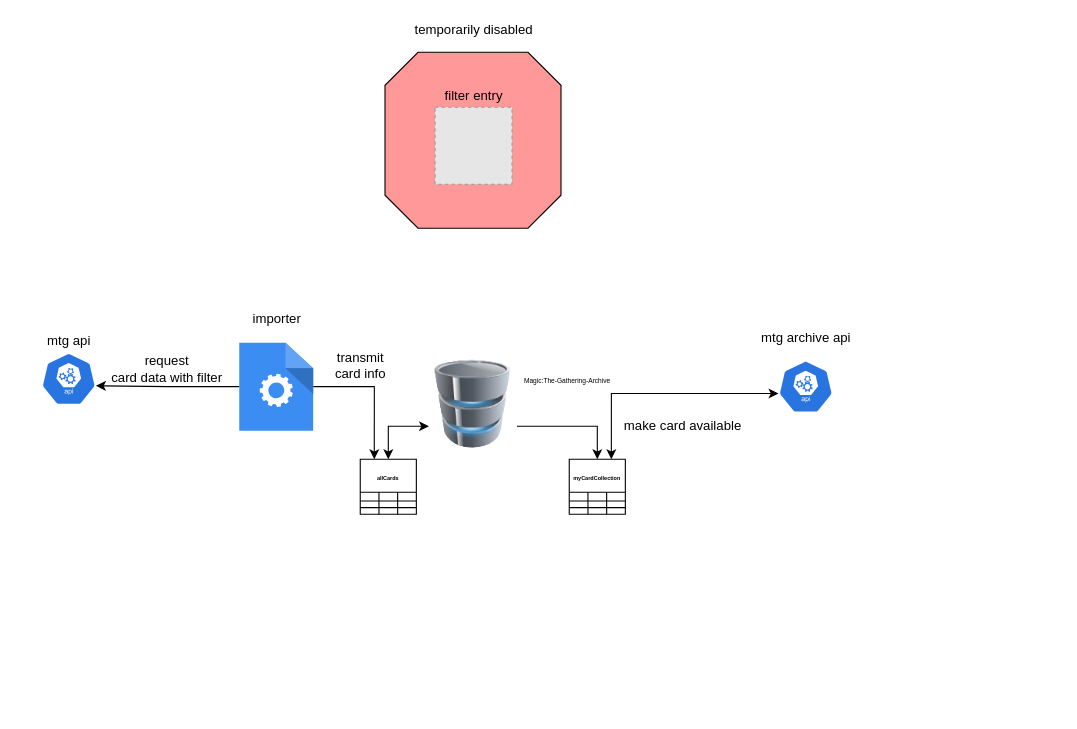
Before: docs/components/Overview.drawio in Hertucktor/magicTG-Archive-API, a draw.io diagram. Source tidied: cells renumbered, new cells numbered last; positions are measured from the earlier drawing's top-left corner, leaving out a move shared by most shapes. Both pictures are drawn from the tidied source at 110%, with x=0, y=0 at pixel (41, 19). Pictures stored in the file or linked from it are replaced by grey dashed boxes.
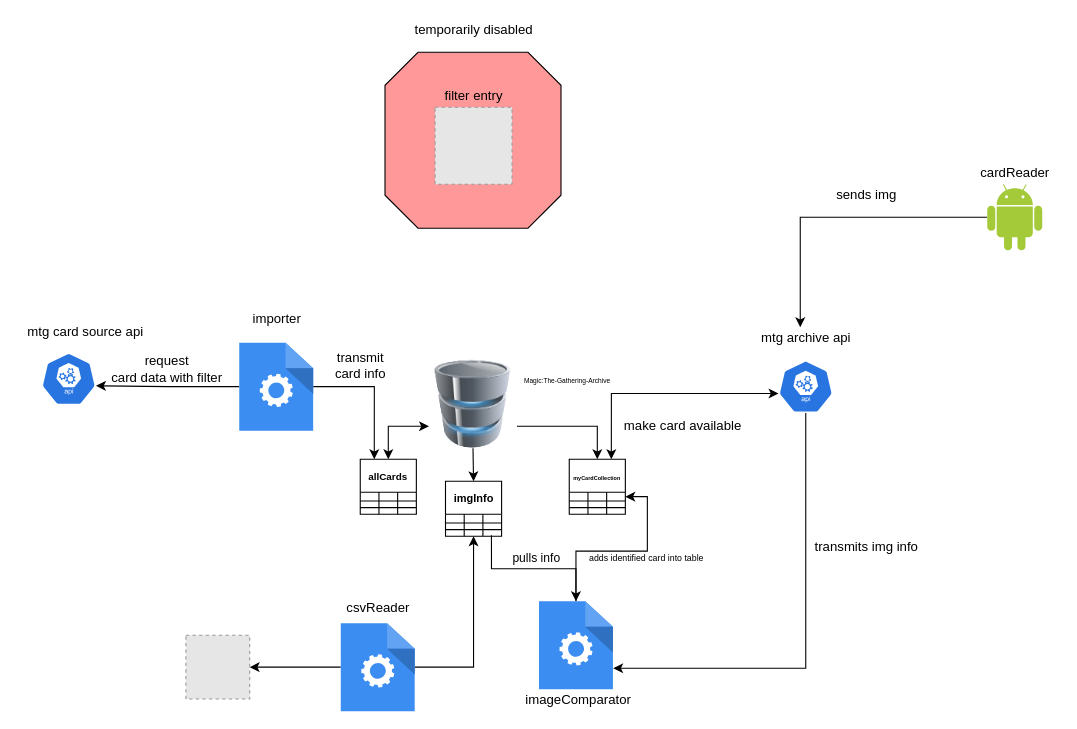
Above is the later version.

Commit message (it also covers changes not shown here):
updated for component overview

Unchanged cells that the change refers to:
```xml
<mxCell id="12" style="image;html=1;image=img/lib/clip_art/computers/Database_128x128.png;" parent="1" vertex="1">
  <mxGeometry x="352.5" y="310" width="80" height="80" as="geometry" />
</mxCell>
<mxCell id="14" style="html=1;dashed=0;whitespace=wrap;fillColor=#2875E2;strokeColor=#ffffff;points=[[0.005,0.63,0],[0.1,0.2,0],[0.9,0.2,0],[0.5,0,0],[0.995,0.63,0],[0.72,0.99,0],[0.5,1,0],[0.28,0.99,0]];shape=mxgraph.kubernetes.icon;prIcon=api;" parent="1" vertex="1">
  <mxGeometry x="670" y="310" width="50" height="48" as="geometry" />
</mxCell>
<mxCell id="16" value="mtg archive api" style="text;html=1;align=center;verticalAlign=middle;points=[];" parent="1" vertex="1">
  <mxGeometry x="645" y="280" width="100" height="20" as="geometry" />
</mxCell>
<mxCell id="22" style="shape=partialRectangle;html=1;whiteSpace=wrap;fillColor=none;top=0;left=0;bottom=0;right=0;points=[[0,0.5],[1,0.5]];portConstraint=eastwest;" parent="21" vertex="1">
  <mxGeometry y="30" width="51" height="8" as="geometry" />
</mxCell>
```

The edit, as a diff of the source:
```diff
@@
-    <mxCell id="4" value="mtg api" style="text;html=1;align=center;verticalAlign=middle;" parent="1" vertex="1">
-      <mxGeometry y="283" width="50" height="20" as="geometry" />
+    <mxCell id="4" value="mtg card source api" style="text;html=1;align=center;verticalAlign=middle;" parent="1" vertex="1">
+      <mxGeometry x="-20" y="274" width="120" height="20" as="geometry" />
     </mxCell>
@@
+    <mxCell id="48" style="edgeStyle=orthogonalEdgeStyle;rounded=0;jettySize=auto;html=1;exitX=0.5;exitY=1;exitDx=0;exitDy=0;entryX=0.5;entryY=0;entryDx=0;entryDy=0;" parent="1" edge="1" source="12" target="58">
+      <mxGeometry relative="1" as="geometry" />
+    </mxCell>
@@
+    <mxCell id="49" style="edgeStyle=orthogonalEdgeStyle;rounded=0;jettySize=auto;html=1;exitX=0.5;exitY=1;exitDx=0;exitDy=0;exitPerimeter=0;entryX=1.004;entryY=0.763;entryDx=0;entryDy=0;entryPerimeter=0;strokeColor=#000000;" parent="1" edge="1" source="14" target="56">
+      <mxGeometry relative="1" as="geometry" />
+    </mxCell>
@@
-    <mxCell id="34" value="&lt;font style=&quot;font-size: 5px&quot;&gt;allCards&lt;/font&gt;" style="shape=table;html=1;whiteSpace=wrap;startSize=30;childLayout=tableLayout;fontStyle=1;align=center;" parent="1" vertex="1">
+    <mxCell id="34" value="&lt;font style=&quot;font-size: 9px&quot;&gt;allCards&lt;/font&gt;" style="shape=table;html=1;whiteSpace=wrap;startSize=30;childLayout=tableLayout;fontStyle=1;align=center;" parent="1" vertex="1">
       <mxGeometry x="290" y="400" width="51" height="50" as="geometry" />
     </mxCell>
@@
+    <mxCell id="50" style="edgeStyle=orthogonalEdgeStyle;rounded=0;jettySize=auto;html=1;entryX=1;entryY=0.5;entryDx=0;entryDy=0;" parent="1" edge="1" source="52" target="71">
+      <mxGeometry relative="1" as="geometry" />
+    </mxCell>
+    <mxCell id="51" style="edgeStyle=orthogonalEdgeStyle;rounded=0;jettySize=auto;html=1;" parent="1" edge="1" source="52" target="58">
+      <mxGeometry relative="1" as="geometry" />
+    </mxCell>
+    <mxCell id="52" style="html=1;strokeColor=none;shadow=0;align=center;verticalAlign=top;fillColor=#3B8DF1;shape=mxgraph.gcp2.process;" parent="1" vertex="1">
+      <mxGeometry x="272.3" y="549" width="67.2" height="80" as="geometry" />
+    </mxCell>
+    <mxCell id="53" value="csvReader" style="text;html=1;align=center;verticalAlign=middle;" parent="1" vertex="1">
+      <mxGeometry x="270.9" y="525" width="70" height="20" as="geometry" />
+    </mxCell>
+    <mxCell id="54" style="edgeStyle=orthogonalEdgeStyle;rounded=0;jettySize=auto;html=1;entryX=0.819;entryY=0.833;entryDx=0;entryDy=0;entryPerimeter=0;startArrow=classic;startFill=1;endArrow=none;endFill=0;" parent="1" edge="1" source="56" target="67">
+      <mxGeometry relative="1" as="geometry" />
+    </mxCell>
+    <mxCell id="55" style="edgeStyle=orthogonalEdgeStyle;rounded=0;jettySize=auto;html=1;entryX=1;entryY=0.5;entryDx=0;entryDy=0;startArrow=none;startFill=0;endArrow=classic;endFill=1;strokeColor=#000000;" parent="1" edge="1" source="56" target="22">
+      <mxGeometry relative="1" as="geometry" />
+    </mxCell>
+    <mxCell id="56" style="html=1;strokeColor=none;shadow=0;align=center;verticalAlign=top;fillColor=#3B8DF1;shape=mxgraph.gcp2.process;" parent="1" vertex="1">
+      <mxGeometry x="452.5" y="529" width="67.2" height="80" as="geometry" />
+    </mxCell>
+    <mxCell id="57" value="imageComparator" style="text;html=1;align=center;verticalAlign=middle;" parent="1" vertex="1">
+      <mxGeometry x="432.5" y="609" width="110" height="20" as="geometry" />
+    </mxCell>
+    <mxCell id="58" value="&lt;font style=&quot;font-size: 10px&quot;&gt;imgInfo&lt;/font&gt;" style="shape=table;html=1;whiteSpace=wrap;startSize=30;childLayout=tableLayout;fontStyle=1;align=center;" parent="1" vertex="1">
+      <mxGeometry x="367.5" y="420" width="51" height="50" as="geometry" />
+    </mxCell>
+    <mxCell id="59" style="shape=partialRectangle;html=1;whiteSpace=wrap;fillColor=none;top=0;left=0;bottom=0;right=0;" parent="58" vertex="1">
+      <mxGeometry y="30" width="51" height="8" as="geometry" />
+    </mxCell>
+    <mxCell id="60" style="shape=partialRectangle;html=1;whiteSpace=wrap;fillColor=none;top=0;left=0;bottom=0;right=0;overflow=hidden;" parent="59" vertex="1">
+      <mxGeometry width="17" height="8" as="geometry" />
+    </mxCell>
+    <mxCell id="61" style="shape=partialRectangle;html=1;whiteSpace=wrap;fillColor=none;top=0;left=0;bottom=0;right=0;overflow=hidden;" parent="59" vertex="1">
+      <mxGeometry x="17" width="17" height="8" as="geometry" />
+    </mxCell>
+    <mxCell id="62" style="shape=partialRectangle;html=1;whiteSpace=wrap;fillColor=none;top=0;left=0;bottom=0;right=0;overflow=hidden;" parent="59" vertex="1">
+      <mxGeometry x="34" width="17" height="8" as="geometry" />
+    </mxCell>
+    <mxCell id="63" style="shape=partialRectangle;html=1;whiteSpace=wrap;fillColor=none;top=0;left=0;bottom=0;right=0;" parent="58" vertex="1">
+      <mxGeometry y="38" width="51" height="6" as="geometry" />
+    </mxCell>
+    <mxCell id="64" style="shape=partialRectangle;html=1;whiteSpace=wrap;fillColor=none;top=0;left=0;bottom=0;right=0;overflow=hidden;" parent="63" vertex="1">
+      <mxGeometry width="17" height="6" as="geometry" />
+    </mxCell>
+    <mxCell id="65" style="shape=partialRectangle;html=1;whiteSpace=wrap;fillColor=none;top=0;left=0;bottom=0;right=0;overflow=hidden;" parent="63" vertex="1">
+      <mxGeometry x="17" width="17" height="6" as="geometry" />
+    </mxCell>
+    <mxCell id="66" style="shape=partialRectangle;html=1;whiteSpace=wrap;fillColor=none;top=0;left=0;bottom=0;right=0;overflow=hidden;" parent="63" vertex="1">
+      <mxGeometry x="34" width="17" height="6" as="geometry" />
+    </mxCell>
+    <mxCell id="67" style="shape=partialRectangle;html=1;whiteSpace=wrap;fillColor=none;top=0;left=0;bottom=0;right=0;points=[[0,0.5],[1,0.5]];portConstraint=eastwest;" parent="58" vertex="1">
+      <mxGeometry y="44" width="51" height="6" as="geometry" />
+    </mxCell>
+    <mxCell id="68" style="shape=partialRectangle;html=1;whiteSpace=wrap;fillColor=none;top=0;left=0;bottom=0;right=0;overflow=hidden;" parent="67" vertex="1">
+      <mxGeometry width="17" height="6" as="geometry" />
+    </mxCell>
+    <mxCell id="69" style="shape=partialRectangle;html=1;whiteSpace=wrap;fillColor=none;top=0;left=0;bottom=0;right=0;overflow=hidden;" parent="67" vertex="1">
+      <mxGeometry x="17" width="17" height="6" as="geometry" />
+    </mxCell>
+    <mxCell id="70" style="shape=partialRectangle;html=1;whiteSpace=wrap;fillColor=none;top=0;left=0;bottom=0;right=0;overflow=hidden;" parent="67" vertex="1">
+      <mxGeometry x="34" width="17" height="6" as="geometry" />
+    </mxCell>
+    <mxCell id="71" style="fillColor=#E6E6E6;strokeColor=#999999;dashed=1;html=1;verticalAlign=top;verticalLabelPosition=bottom;labelBackgroundColor=#ffffff;" parent="1" vertex="1">
+      <mxGeometry x="131.5" y="560" width="58" height="58" as="geometry" />
+    </mxCell>
+    <mxCell id="72" style="edgeStyle=orthogonalEdgeStyle;rounded=0;jettySize=auto;html=1;entryX=0.45;entryY=0;entryDx=0;entryDy=0;entryPerimeter=0;" parent="1" edge="1" source="73" target="16">
+      <mxGeometry relative="1" as="geometry" />
+    </mxCell>
+    <mxCell id="73" style="dashed=0;outlineConnect=0;html=1;align=center;labelPosition=center;verticalLabelPosition=bottom;verticalAlign=top;shape=mxgraph.weblogos.android;fillColor=#A4CA39;strokeColor=none;" parent="1" vertex="1">
+      <mxGeometry x="860" y="150" width="50" height="60" as="geometry" />
+    </mxCell>
+    <mxCell id="74" value="cardReader" style="text;html=1;align=center;verticalAlign=middle;" parent="1" vertex="1">
+      <mxGeometry x="845" y="130" width="80" height="20" as="geometry" />
+    </mxCell>
+    <mxCell id="75" value="sends img" style="text;html=1;align=center;verticalAlign=middle;" parent="1" vertex="1">
+      <mxGeometry x="715" y="150" width="70" height="20" as="geometry" />
+    </mxCell>
+    <mxCell id="76" value="transmits img info" style="text;html=1;align=center;verticalAlign=middle;" parent="1" vertex="1">
+      <mxGeometry x="695" y="470" width="110" height="20" as="geometry" />
+    </mxCell>
+    <mxCell id="77" value="pulls info" style="text;html=1;align=center;verticalAlign=middle;fontSize=11;" parent="1" vertex="1">
+      <mxGeometry x="420" y="480" width="60" height="20" as="geometry" />
+    </mxCell>
+    <mxCell id="78" value="adds identified card into table" style="text;html=1;align=center;verticalAlign=middle;fontSize=8;" parent="1" vertex="1">
+      <mxGeometry x="490" y="480" width="120" height="20" as="geometry" />
+    </mxCell>
```
